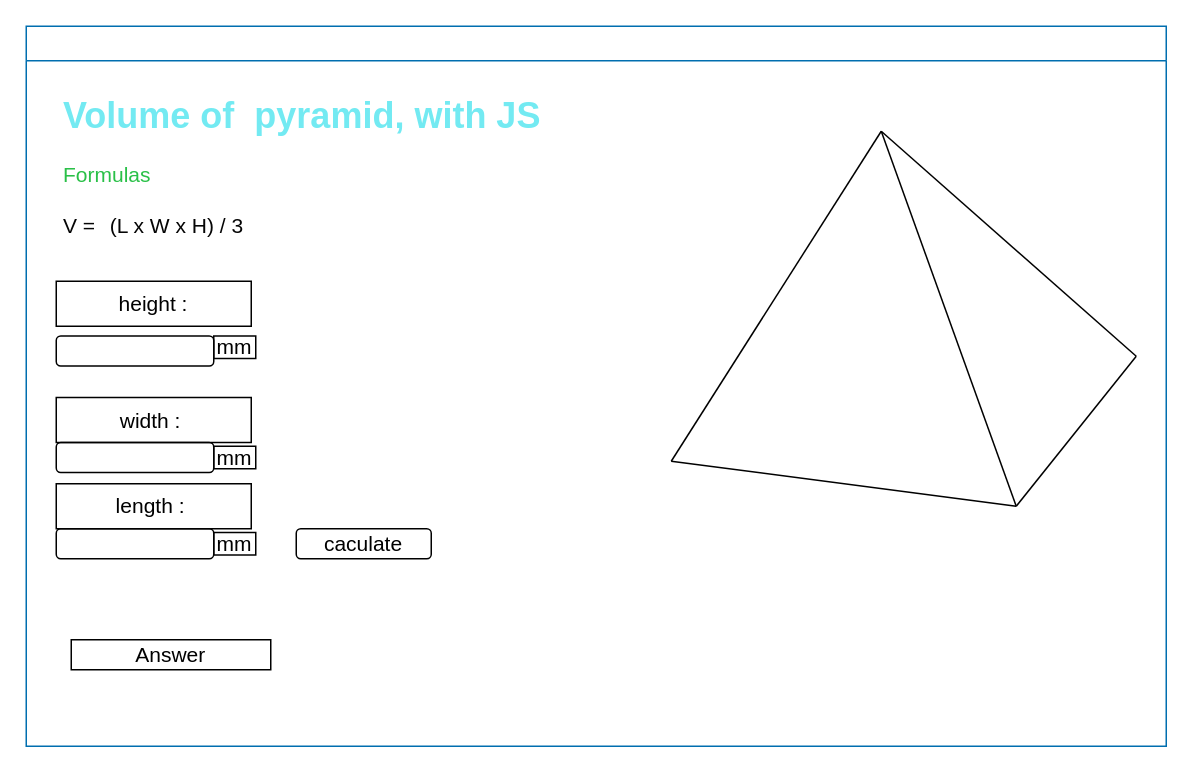
Above: design/storyboard.drawio in MTHS-ICD2O-1-2023/ICD2O-Unit-3-02-yoochan-han (draw.io), before the change. Source tidied: cells renumbered, new cells numbered last; positions are measured from the earlier drawing's top-left corner, leaving out a move shared by most shapes. Both pictures are drawn from the tidied source at 150%, with x=0, y=0 at pixel (26, 26).
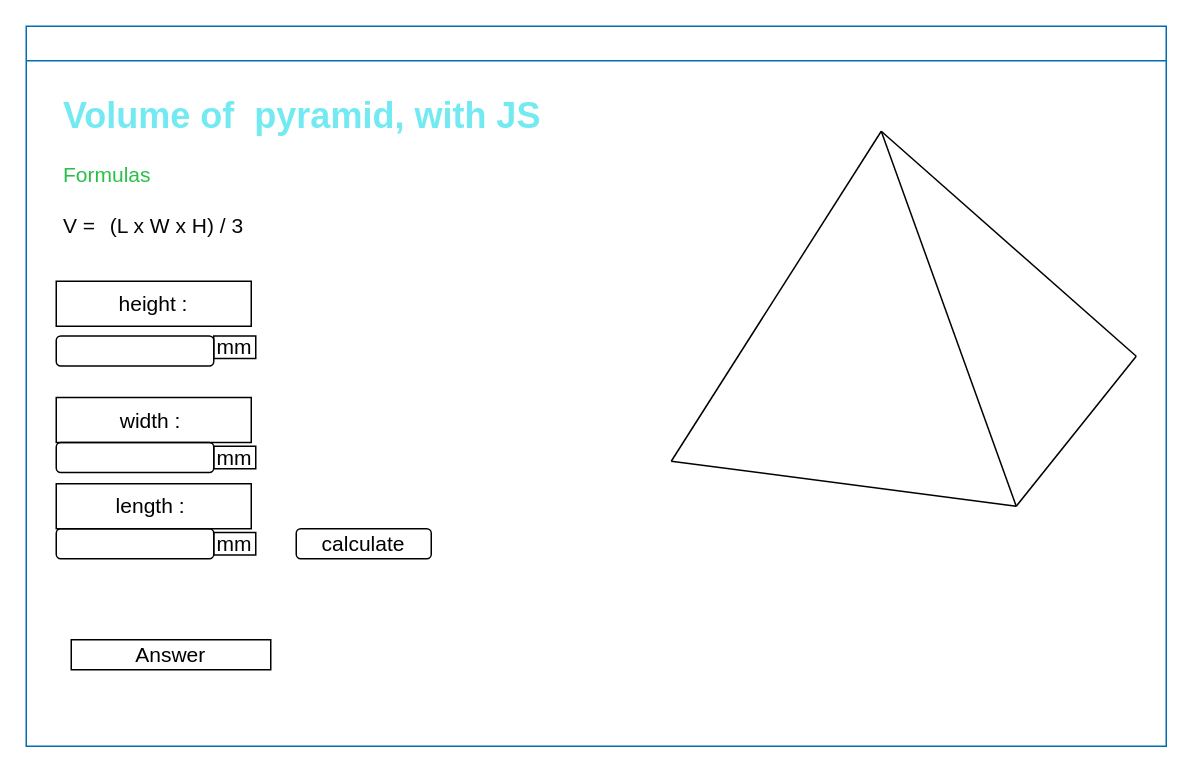
The same page after the edit.

The change refers to these unchanged cells:
```xml
<mxCell id="2" value="http://ics2o.mths.ca" style="swimlane;whiteSpace=wrap;html=1;fillColor=none;fontColor=#ffffff;strokeColor=#006EAF;" parent="1" vertex="1">
  <mxGeometry width="760" height="480" as="geometry" />
</mxCell>
```

What changed in the source:
```diff
@@
-    <mxCell id="7" value="caculate" style="rounded=1;whiteSpace=wrap;html=1;glass=0;labelBackgroundColor=none;labelBorderColor=none;fillStyle=auto;fontSize=14;fontColor=#000000;fillColor=none;gradientColor=none;strokeColor=#000000;" parent="2" vertex="1">
+    <mxCell id="7" value="calculate" style="rounded=1;whiteSpace=wrap;html=1;glass=0;labelBackgroundColor=none;labelBorderColor=none;fillStyle=auto;fontSize=14;fontColor=#000000;fillColor=none;gradientColor=none;strokeColor=#000000;" parent="2" vertex="1">
       <mxGeometry x="180" y="335" width="90" height="20" as="geometry" />
     </mxCell>
```
